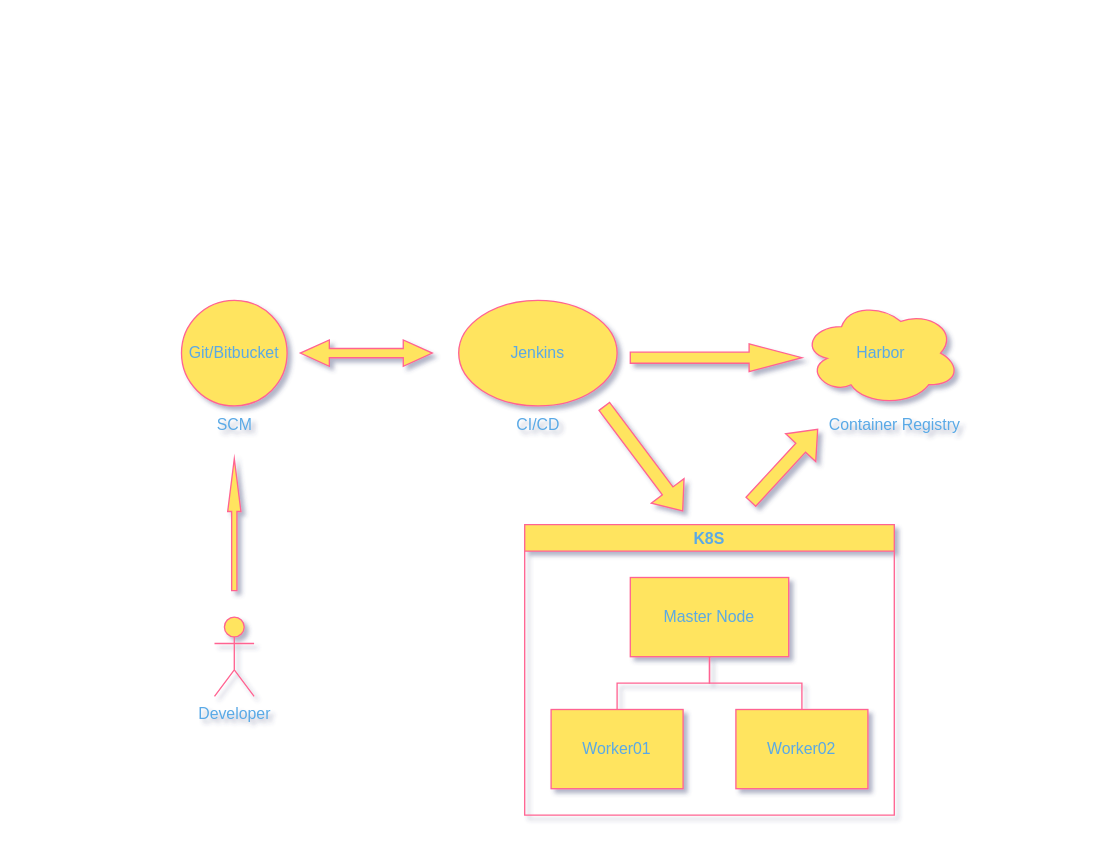
vqmanh/DevOps keeps this draw.io diagram as Untitled Diagram.drawio. Above is the earlier version. Source tidied: cells renumbered, new cells numbered last; positions are measured from the earlier drawing's top-left corner, leaving out a move shared by most shapes. Both pictures are drawn from the tidied source at 132%, with x=0, y=0 at pixel (181, 300).
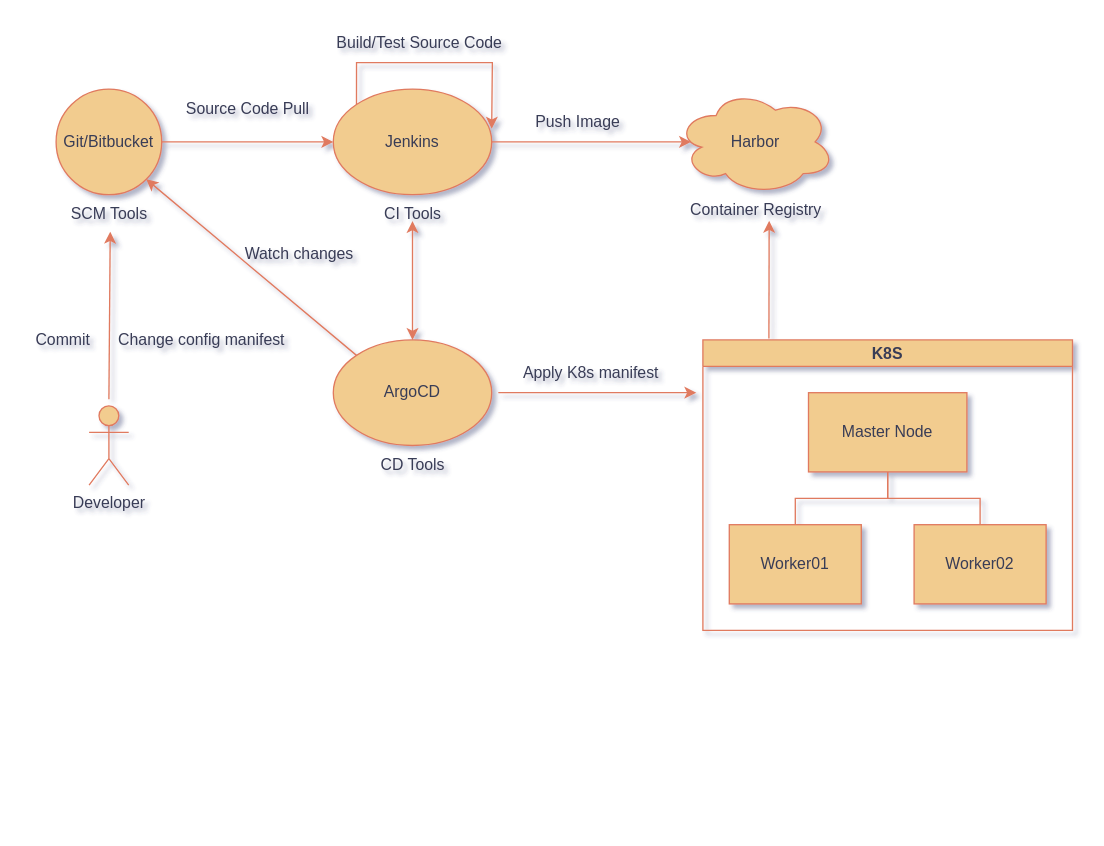
Above is the later version.

The edit, as a diff of the source:
```diff
@@
-    <mxCell id="2" value="Git/Bitbucket" style="ellipse;whiteSpace=wrap;html=1;labelBackgroundColor=none;fillColor=#FFE45E;strokeColor=#FF6392;fontColor=#5AA9E6;" parent="1" vertex="1">
-      <mxGeometry width="80" height="80" as="geometry" />
+    <mxCell id="2" value="Git/Bitbucket" style="ellipse;whiteSpace=wrap;html=1;labelBackgroundColor=none;fillColor=#F2CC8F;strokeColor=#E07A5F;fontColor=#393C56;" parent="1" vertex="1">
+      <mxGeometry x="-95" y="-160" width="80" height="80" as="geometry" />
     </mxCell>
-    <mxCell id="3" value="SCM" style="text;html=1;align=center;verticalAlign=middle;strokeColor=none;fillColor=none;labelBackgroundColor=none;fontColor=#5AA9E6;" parent="1" vertex="1">
-      <mxGeometry x="15" y="80" width="50" height="30" as="geometry" />
+    <mxCell id="3" value="SCM Tools" style="text;html=1;align=center;verticalAlign=middle;strokeColor=none;fillColor=none;labelBackgroundColor=none;fontColor=#393C56;" parent="1" vertex="1">
+      <mxGeometry x="-95" y="-80" width="80" height="30" as="geometry" />
     </mxCell>
+    <mxCell id="20" style="edgeStyle=orthogonalEdgeStyle;rounded=0;jettySize=auto;html=1;exitX=0;exitY=0;exitDx=0;exitDy=0;strokeColor=#E07A5F;fontColor=default;labelBackgroundColor=none;" parent="1" edge="1" source="4">
+      <mxGeometry relative="1" as="geometry">
+        <mxPoint x="235" y="-130" as="targetPoint" />
+      </mxGeometry>
+    </mxCell>
-    <mxCell id="4" value="Jenkins" style="ellipse;whiteSpace=wrap;html=1;labelBackgroundColor=none;fillColor=#FFE45E;strokeColor=#FF6392;fontColor=#5AA9E6;" parent="1" vertex="1">
-      <mxGeometry x="210" width="120" height="80" as="geometry" />
+    <mxCell id="4" value="Jenkins" style="ellipse;whiteSpace=wrap;html=1;labelBackgroundColor=none;fillColor=#F2CC8F;strokeColor=#E07A5F;fontColor=#393C56;" parent="1" vertex="1">
+      <mxGeometry x="115" y="-160" width="120" height="80" as="geometry" />
     </mxCell>
-    <mxCell id="5" value="CI/CD" style="text;html=1;align=center;verticalAlign=middle;strokeColor=none;fillColor=none;labelBackgroundColor=none;fontColor=#5AA9E6;" parent="1" vertex="1">
-      <mxGeometry x="240" y="80" width="60" height="30" as="geometry" />
+    <mxCell id="5" value="CI Tools" style="text;html=1;align=center;verticalAlign=middle;strokeColor=none;fillColor=none;labelBackgroundColor=none;fontColor=#393C56;" parent="1" vertex="1">
+      <mxGeometry x="140" y="-80" width="70" height="30" as="geometry" />
     </mxCell>
-    <mxCell id="6" value="Developer" style="shape=umlActor;verticalLabelPosition=bottom;verticalAlign=top;html=1;labelBackgroundColor=none;fillColor=#FFE45E;strokeColor=#FF6392;fontColor=#5AA9E6;" parent="1" vertex="1">
-      <mxGeometry x="25" y="240" width="30" height="60" as="geometry" />
+    <mxCell id="6" value="Developer" style="shape=umlActor;verticalLabelPosition=bottom;verticalAlign=top;html=1;labelBackgroundColor=none;fillColor=#F2CC8F;strokeColor=#E07A5F;fontColor=#393C56;" parent="1" vertex="1">
+      <mxGeometry x="-70" y="80" width="30" height="60" as="geometry" />
     </mxCell>
-    <mxCell id="7" value="Harbor" style="ellipse;shape=cloud;whiteSpace=wrap;html=1;labelBackgroundColor=none;fillColor=#FFE45E;strokeColor=#FF6392;fontColor=#5AA9E6;" parent="1" vertex="1">
-      <mxGeometry x="470" width="120" height="80" as="geometry" />
+    <mxCell id="7" value="Harbor" style="ellipse;shape=cloud;whiteSpace=wrap;html=1;labelBackgroundColor=none;fillColor=#F2CC8F;strokeColor=#E07A5F;fontColor=#393C56;" parent="1" vertex="1">
+      <mxGeometry x="375" y="-160" width="120" height="80" as="geometry" />
     </mxCell>
-    <mxCell id="8" value="Container Registry" style="text;html=1;align=center;verticalAlign=middle;strokeColor=none;fillColor=none;labelBackgroundColor=none;fontColor=#5AA9E6;" parent="1" vertex="1">
-      <mxGeometry x="480" y="80" width="120" height="30" as="geometry" />
+    <mxCell id="8" value="Container Registry" style="text;html=1;align=center;verticalAlign=middle;strokeColor=none;fillColor=none;labelBackgroundColor=none;fontColor=#393C56;" parent="1" vertex="1">
+      <mxGeometry x="375" y="-83" width="120" height="30" as="geometry" />
     </mxCell>
-    <mxCell id="9" value="K8S" style="swimlane;startSize=20;horizontal=1;containerType=tree;newEdgeStyle={&quot;edgeStyle&quot;:&quot;elbowEdgeStyle&quot;,&quot;startArrow&quot;:&quot;none&quot;,&quot;endArrow&quot;:&quot;none&quot;};labelBackgroundColor=none;fillColor=#FFE45E;strokeColor=#FF6392;fontColor=#5AA9E6;" parent="1" vertex="1">
-      <mxGeometry x="260" y="170" width="280" height="220" as="geometry" />
+    <mxCell id="9" value="K8S" style="swimlane;startSize=20;horizontal=1;containerType=tree;newEdgeStyle={&quot;edgeStyle&quot;:&quot;elbowEdgeStyle&quot;,&quot;startArrow&quot;:&quot;none&quot;,&quot;endArrow&quot;:&quot;none&quot;};labelBackgroundColor=none;fillColor=#F2CC8F;strokeColor=#E07A5F;fontColor=#393C56;" parent="1" vertex="1">
+      <mxGeometry x="395" y="30" width="280" height="220" as="geometry" />
     </mxCell>
-    <mxCell id="10" style="edgeStyle=elbowEdgeStyle;elbow=vertical;sourcePerimeterSpacing=0;targetPerimeterSpacing=0;startArrow=none;endArrow=none;rounded=0;curved=0;labelBackgroundColor=none;strokeColor=#FF6392;fontColor=default;" parent="9" edge="1" source="12" target="13">
+    <mxCell id="10" style="edgeStyle=elbowEdgeStyle;elbow=vertical;sourcePerimeterSpacing=0;targetPerimeterSpacing=0;startArrow=none;endArrow=none;rounded=0;curved=0;labelBackgroundColor=none;strokeColor=#E07A5F;fontColor=default;" parent="9" edge="1" source="12" target="13">
       <mxGeometry relative="1" as="geometry" />
     </mxCell>
-    <mxCell id="11" style="edgeStyle=elbowEdgeStyle;elbow=vertical;sourcePerimeterSpacing=0;targetPerimeterSpacing=0;startArrow=none;endArrow=none;rounded=0;curved=0;labelBackgroundColor=none;strokeColor=#FF6392;fontColor=default;" parent="9" edge="1" source="12" target="14">
+    <mxCell id="11" style="edgeStyle=elbowEdgeStyle;elbow=vertical;sourcePerimeterSpacing=0;targetPerimeterSpacing=0;startArrow=none;endArrow=none;rounded=0;curved=0;labelBackgroundColor=none;strokeColor=#E07A5F;fontColor=default;" parent="9" edge="1" source="12" target="14">
       <mxGeometry relative="1" as="geometry" />
     </mxCell>
-    <mxCell id="12" value="Master Node" style="whiteSpace=wrap;html=1;align=center;newEdgeStyle={&quot;edgeStyle&quot;:&quot;elbowEdgeStyle&quot;,&quot;startArrow&quot;:&quot;none&quot;,&quot;endArrow&quot;:&quot;none&quot;};labelBackgroundColor=none;fillColor=#FFE45E;strokeColor=#FF6392;fontColor=#5AA9E6;" parent="9" vertex="1">
+    <mxCell id="12" value="Master Node" style="whiteSpace=wrap;html=1;align=center;newEdgeStyle={&quot;edgeStyle&quot;:&quot;elbowEdgeStyle&quot;,&quot;startArrow&quot;:&quot;none&quot;,&quot;endArrow&quot;:&quot;none&quot;};labelBackgroundColor=none;fillColor=#F2CC8F;strokeColor=#E07A5F;fontColor=#393C56;" parent="9" vertex="1">
       <mxGeometry x="80" y="40" width="120" height="60" as="geometry" />
     </mxCell>
-    <mxCell id="13" value="Worker01" style="whiteSpace=wrap;html=1;align=center;verticalAlign=middle;newEdgeStyle={&quot;edgeStyle&quot;:&quot;elbowEdgeStyle&quot;,&quot;startArrow&quot;:&quot;none&quot;,&quot;endArrow&quot;:&quot;none&quot;};labelBackgroundColor=none;fillColor=#FFE45E;strokeColor=#FF6392;fontColor=#5AA9E6;" parent="9" vertex="1">
+    <mxCell id="13" value="Worker01" style="whiteSpace=wrap;html=1;align=center;verticalAlign=middle;newEdgeStyle={&quot;edgeStyle&quot;:&quot;elbowEdgeStyle&quot;,&quot;startArrow&quot;:&quot;none&quot;,&quot;endArrow&quot;:&quot;none&quot;};labelBackgroundColor=none;fillColor=#F2CC8F;strokeColor=#E07A5F;fontColor=#393C56;" parent="9" vertex="1">
       <mxGeometry x="20" y="140" width="100" height="60" as="geometry" />
     </mxCell>
-    <mxCell id="14" value="Worker02" style="whiteSpace=wrap;html=1;align=center;verticalAlign=middle;newEdgeStyle={&quot;edgeStyle&quot;:&quot;elbowEdgeStyle&quot;,&quot;startArrow&quot;:&quot;none&quot;,&quot;endArrow&quot;:&quot;none&quot;};labelBackgroundColor=none;fillColor=#FFE45E;strokeColor=#FF6392;fontColor=#5AA9E6;" parent="9" vertex="1">
+    <mxCell id="14" value="Worker02" style="whiteSpace=wrap;html=1;align=center;verticalAlign=middle;newEdgeStyle={&quot;edgeStyle&quot;:&quot;elbowEdgeStyle&quot;,&quot;startArrow&quot;:&quot;none&quot;,&quot;endArrow&quot;:&quot;none&quot;};labelBackgroundColor=none;fillColor=#F2CC8F;strokeColor=#E07A5F;fontColor=#393C56;" parent="9" vertex="1">
       <mxGeometry x="160" y="140" width="100" height="60" as="geometry" />
     </mxCell>
-    <mxCell id="15" style="html=1;shadow=0;dashed=0;align=center;verticalAlign=middle;shape=mxgraph.arrows2.arrow;dy=0.6;dx=40;direction=north;notch=0;labelBackgroundColor=none;fillColor=#FFE45E;strokeColor=#FF6392;fontColor=#5AA9E6;" parent="1" vertex="1">
-      <mxGeometry x="35" y="120" width="10" height="100" as="geometry" />
-    </mxCell>
-    <mxCell id="16" style="html=1;shadow=0;dashed=0;align=center;verticalAlign=middle;shape=mxgraph.arrows2.twoWayArrow;dy=0.65;dx=22;labelBackgroundColor=none;fillColor=#FFE45E;strokeColor=#FF6392;fontColor=#5AA9E6;" parent="1" vertex="1">
-      <mxGeometry x="90" y="30" width="100" height="20" as="geometry" />
-    </mxCell>
-    <mxCell id="17" style="html=1;shadow=0;dashed=0;align=center;verticalAlign=middle;shape=mxgraph.arrows2.arrow;dy=0.6;dx=40;notch=0;labelBackgroundColor=none;fillColor=#FFE45E;strokeColor=#FF6392;fontColor=#5AA9E6;" parent="1" vertex="1">
-      <mxGeometry x="340" y="33" width="130" height="21" as="geometry" />
-    </mxCell>
-    <mxCell id="18" style="shape=flexArrow;endArrow=classic;html=1;rounded=0;strokeColor=#FF6392;fontColor=#5AA9E6;fillColor=#FFE45E;entryX=0.011;entryY=0.811;entryDx=0;entryDy=0;entryPerimeter=0;" parent="1" edge="1">
-      <mxGeometry relative="1" as="geometry">
-        <mxPoint x="431" y="153" as="sourcePoint" />
-        <mxPoint x="482.3" y="97.3" as="targetPoint" />
-      </mxGeometry>
-    </mxCell>
-    <mxCell id="19" style="shape=flexArrow;endArrow=classic;html=1;rounded=0;strokeColor=#FF6392;fontColor=#5AA9E6;fillColor=#FFE45E;" parent="1" edge="1">
-      <mxGeometry relative="1" as="geometry">
-        <mxPoint x="320" y="80" as="sourcePoint" />
-        <mxPoint x="380" y="160" as="targetPoint" />
-      </mxGeometry>
-    </mxCell>
+    <mxCell id="21" value="ArgoCD" style="ellipse;whiteSpace=wrap;html=1;labelBackgroundColor=none;fillColor=#F2CC8F;strokeColor=#E07A5F;fontColor=#393C56;" parent="1" vertex="1">
+      <mxGeometry x="115" y="30" width="120" height="80" as="geometry" />
+    </mxCell>
+    <mxCell id="22" value="CD Tools" style="text;html=1;align=center;verticalAlign=middle;strokeColor=none;fillColor=none;labelBackgroundColor=none;fontColor=#393C56;" parent="1" vertex="1">
+      <mxGeometry x="140" y="110" width="70" height="30" as="geometry" />
+    </mxCell>
+    <mxCell id="23" value="Commit" style="text;html=1;align=center;verticalAlign=middle;strokeColor=none;fillColor=none;fontColor=#393C56;labelBackgroundColor=none;" parent="1" vertex="1">
+      <mxGeometry x="-120" y="15" width="60" height="30" as="geometry" />
+    </mxCell>
+    <mxCell id="24" value="Source Code Pull" style="text;html=1;align=center;verticalAlign=middle;strokeColor=none;fillColor=none;fontColor=#393C56;labelBackgroundColor=none;" parent="1" vertex="1">
+      <mxGeometry x="-10" y="-160" width="120" height="30" as="geometry" />
+    </mxCell>
+    <mxCell id="25" value="Build/Test Source Code" style="text;html=1;align=center;verticalAlign=middle;strokeColor=none;fillColor=none;fontColor=#393C56;labelBackgroundColor=none;" parent="1" vertex="1">
+      <mxGeometry x="105" y="-210" width="150" height="30" as="geometry" />
+    </mxCell>
+    <mxCell id="26" style="endArrow=classic;html=1;rounded=0;strokeColor=#E07A5F;fontColor=default;labelBackgroundColor=none;" parent="1" edge="1">
+      <mxGeometry relative="1" as="geometry">
+        <mxPoint x="235" y="-120" as="sourcePoint" />
+        <mxPoint x="386" y="-120" as="targetPoint" />
+      </mxGeometry>
+    </mxCell>
+    <mxCell id="27" style="endArrow=classic;startArrow=classic;html=1;rounded=0;strokeColor=#E07A5F;fontColor=default;exitX=0.5;exitY=0;exitDx=0;exitDy=0;labelBackgroundColor=none;" parent="1" edge="1" source="21">
+      <mxGeometry relative="1" as="geometry">
+        <mxPoint x="175" y="-60" as="targetPoint" />
+      </mxGeometry>
+    </mxCell>
+    <mxCell id="28" value="Push Image" style="text;html=1;align=center;verticalAlign=middle;strokeColor=none;fillColor=none;fontColor=#393C56;labelBackgroundColor=none;" parent="1" vertex="1">
+      <mxGeometry x="255" y="-150" width="90" height="30" as="geometry" />
+    </mxCell>
+    <mxCell id="29" value="Change config manifest" style="text;html=1;align=center;verticalAlign=middle;strokeColor=none;fillColor=none;fontColor=#393C56;labelBackgroundColor=none;" parent="1" vertex="1">
+      <mxGeometry x="-60" y="15" width="150" height="30" as="geometry" />
+    </mxCell>
+    <mxCell id="30" value="Watch changes" style="text;html=1;align=center;verticalAlign=middle;strokeColor=none;fillColor=none;fontColor=#393C56;rotation=0;labelBackgroundColor=none;" parent="1" vertex="1">
+      <mxGeometry x="34" y="-50" width="110" height="30" as="geometry" />
+    </mxCell>
+    <mxCell id="31" style="endArrow=classic;html=1;rounded=0;strokeColor=#E07A5F;fontColor=default;entryX=0;entryY=0.5;entryDx=0;entryDy=0;exitX=1;exitY=0.5;exitDx=0;exitDy=0;labelBackgroundColor=none;" parent="1" edge="1" source="2" target="4">
+      <mxGeometry relative="1" as="geometry" />
+    </mxCell>
+    <mxCell id="32" style="endArrow=classic;html=1;rounded=0;strokeColor=#E07A5F;fontColor=default;entryX=1;entryY=1;entryDx=0;entryDy=0;exitX=0;exitY=0;exitDx=0;exitDy=0;labelBackgroundColor=none;" parent="1" edge="1" source="21" target="2">
+      <mxGeometry relative="1" as="geometry" />
+    </mxCell>
+    <mxCell id="33" style="endArrow=classic;html=1;rounded=0;strokeColor=#E07A5F;fontColor=default;exitX=0.5;exitY=0;exitDx=0;exitDy=0;exitPerimeter=0;labelBackgroundColor=none;" parent="1" edge="1">
+      <mxGeometry relative="1" as="geometry">
+        <mxPoint x="-55" y="75" as="sourcePoint" />
+        <mxPoint x="-54" y="-52" as="targetPoint" />
+      </mxGeometry>
+    </mxCell>
+    <mxCell id="34" style="endArrow=classic;html=1;rounded=0;strokeColor=#E07A5F;fontColor=default;labelBackgroundColor=none;" parent="1" edge="1">
+      <mxGeometry relative="1" as="geometry">
+        <mxPoint x="240" y="70" as="sourcePoint" />
+        <mxPoint x="390" y="70" as="targetPoint" />
+      </mxGeometry>
+    </mxCell>
+    <mxCell id="35" value="Apply K8s manifest" style="text;html=1;align=center;verticalAlign=middle;strokeColor=none;fillColor=none;fontColor=#393C56;labelBackgroundColor=none;" parent="1" vertex="1">
+      <mxGeometry x="245" y="40" width="130" height="30" as="geometry" />
+    </mxCell>
+    <mxCell id="36" style="endArrow=classic;html=1;rounded=0;strokeColor=#E07A5F;fontColor=default;entryX=0.585;entryY=1.123;entryDx=0;entryDy=0;entryPerimeter=0;labelBackgroundColor=none;" parent="1" edge="1">
+      <mxGeometry relative="1" as="geometry">
+        <mxPoint x="445" y="29" as="sourcePoint" />
+        <mxPoint x="445.2" y="-60.3" as="targetPoint" />
+      </mxGeometry>
+    </mxCell>
```
